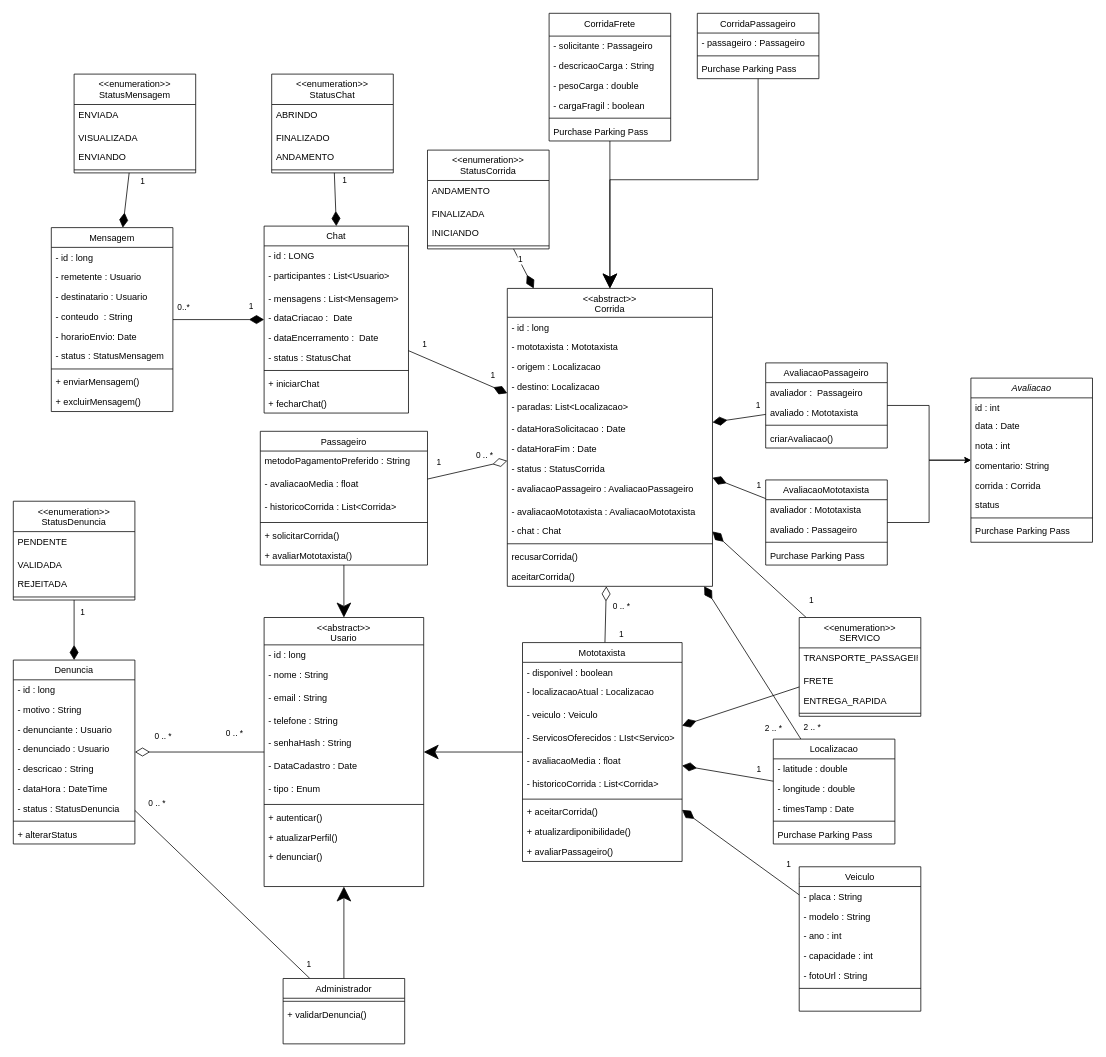
The draw.io diagram Diagrama de classe.drawio in josevictoraraujorojas/Route-Pires, before the edit. Source tidied: cells renumbered, new cells numbered last; positions are measured from the earlier drawing's top-left corner, leaving out a move shared by most shapes. Both pictures are drawn from the tidied source at 76%, with x=0, y=0 at pixel (13, 13).
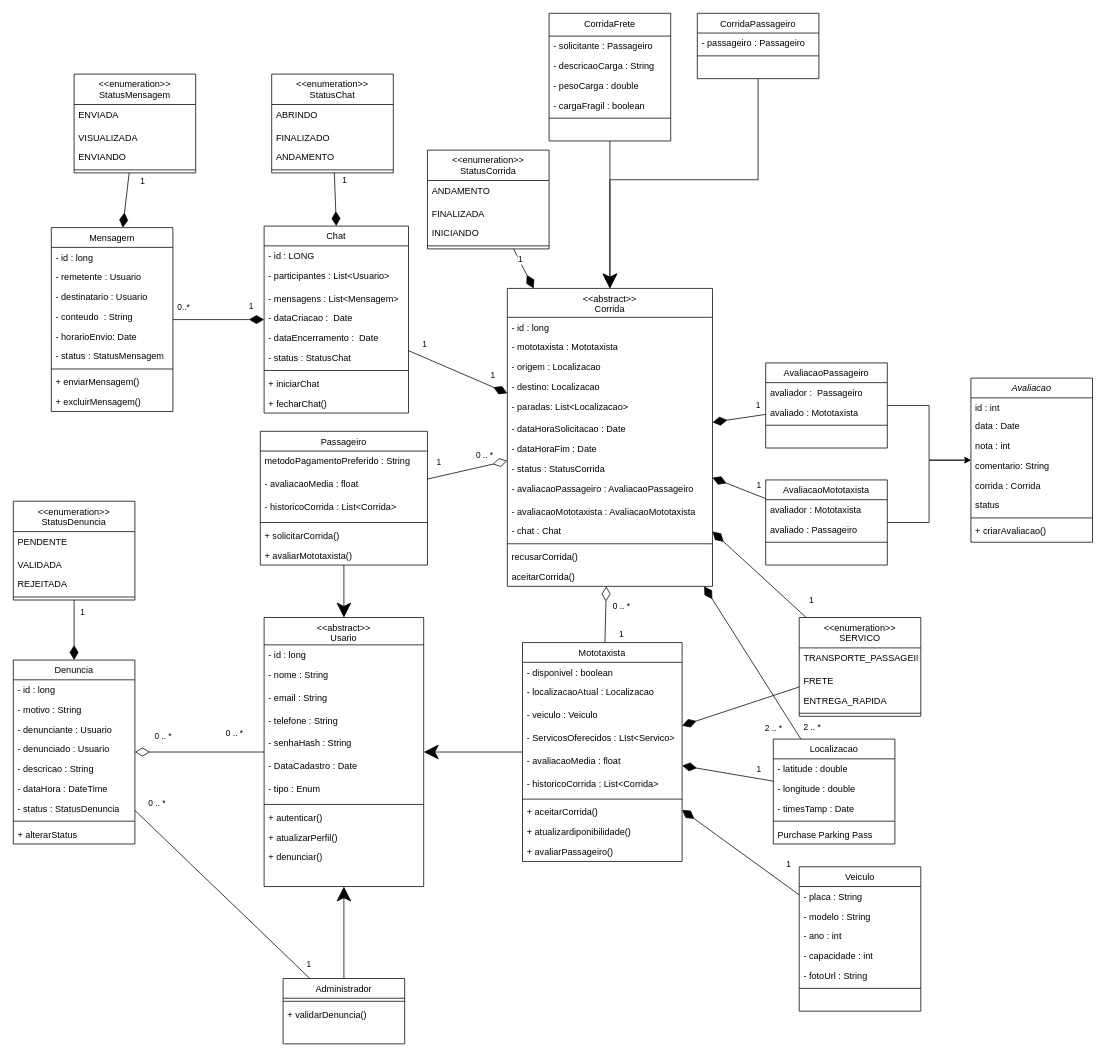
The same page after the edit.

Unchanged cells that the change refers to:
```xml
<mxCell id="21" value="CorridaPassageiro" style="swimlane;fontStyle=0;align=center;verticalAlign=top;horizontal=1;startSize=26;rounded=0;shadow=0;strokeWidth=1;" parent="1" vertex="1">
  <mxGeometry x="900" width="160" height="86" as="geometry" />
</mxCell>
<mxCell id="26" value="CorridaFrete" style="swimlane;fontStyle=0;align=center;verticalAlign=top;horizontal=1;startSize=30;rounded=0;shadow=0;strokeWidth=1;" parent="1" vertex="1">
  <mxGeometry x="705" width="160" height="168" as="geometry" />
</mxCell>
<mxCell id="56" value="Avaliacao" style="swimlane;fontStyle=2;align=center;verticalAlign=top;horizontal=1;startSize=26;rounded=0;shadow=0;strokeWidth=1;" parent="1" vertex="1">
  <mxGeometry x="1260" y="480" width="160" height="216" as="geometry" />
</mxCell>
<mxCell id="66" value="AvaliacaoMototaxista" style="swimlane;fontStyle=0;align=center;verticalAlign=top;horizontal=1;startSize=26;rounded=0;shadow=0;strokeWidth=1;" parent="1" vertex="1">
  <mxGeometry x="990" y="614" width="160" height="112" as="geometry" />
</mxCell>
<mxCell id="74" value="AvaliacaoPassageiro" style="swimlane;fontStyle=0;align=center;verticalAlign=top;horizontal=1;startSize=26;rounded=0;shadow=0;strokeWidth=1;" parent="1" vertex="1">
  <mxGeometry x="990" y="460" width="160" height="112" as="geometry" />
</mxCell>
```

The edit, as a diff of the source:
```diff
@@
-    <mxCell id="24" value="Purchase Parking Pass" style="text;align=left;verticalAlign=top;spacingLeft=4;spacingRight=4;overflow=hidden;" parent="21" vertex="1">
-      <mxGeometry y="60" width="160" height="26" as="geometry" />
-    </mxCell>
@@
-    <mxCell id="32" value="Purchase Parking Pass" style="text;align=left;verticalAlign=top;spacingLeft=4;spacingRight=4;overflow=hidden;" parent="26" vertex="1">
-      <mxGeometry y="142" width="160" height="26" as="geometry" />
-    </mxCell>
@@
-    <mxCell id="64" value="Purchase Parking Pass" style="text;align=left;verticalAlign=top;spacingLeft=4;spacingRight=4;overflow=hidden;" parent="56" vertex="1">
+    <mxCell id="64" value="+ criarAvaliacao()" style="text;align=left;verticalAlign=top;spacingLeft=4;spacingRight=4;overflow=hidden;" parent="56" vertex="1">
       <mxGeometry y="188" width="160" height="26" as="geometry" />
     </mxCell>
@@
-    <mxCell id="70" value="Purchase Parking Pass" style="text;align=left;verticalAlign=top;spacingLeft=4;spacingRight=4;overflow=hidden;" parent="66" vertex="1">
-      <mxGeometry y="86" width="160" height="26" as="geometry" />
-    </mxCell>
@@
-    <mxCell id="78" value="criarAvaliacao()" style="text;align=left;verticalAlign=top;spacingLeft=4;spacingRight=4;overflow=hidden;" parent="74" vertex="1">
-      <mxGeometry y="86" width="160" height="26" as="geometry" />
-    </mxCell>
```
